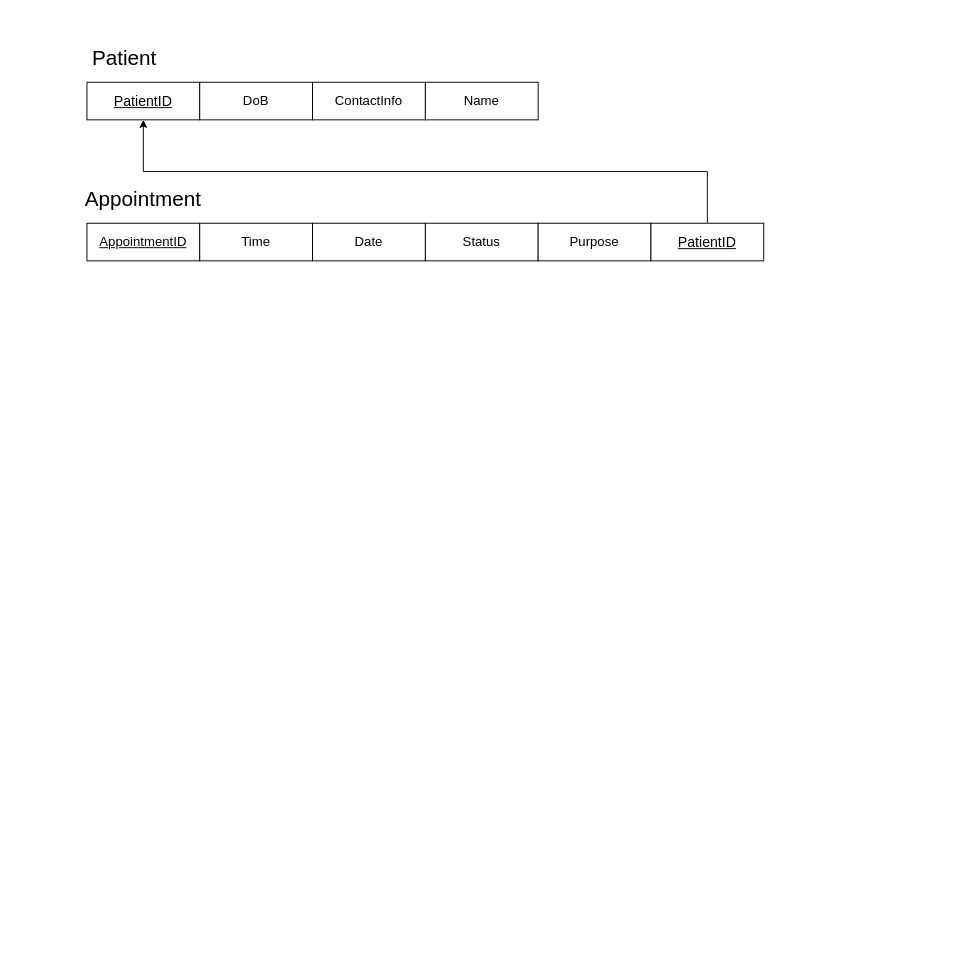
This is Untitled Diagram.drawio from AbodSoudi/DB-project, a draw.io file, before an edit. Source tidied: cells renumbered, new cells numbered last; positions are measured from the earlier drawing's top-left corner, leaving out a move shared by most shapes. Both pictures are drawn from the tidied source at 94%, with x=0, y=0 at pixel (30, 44).
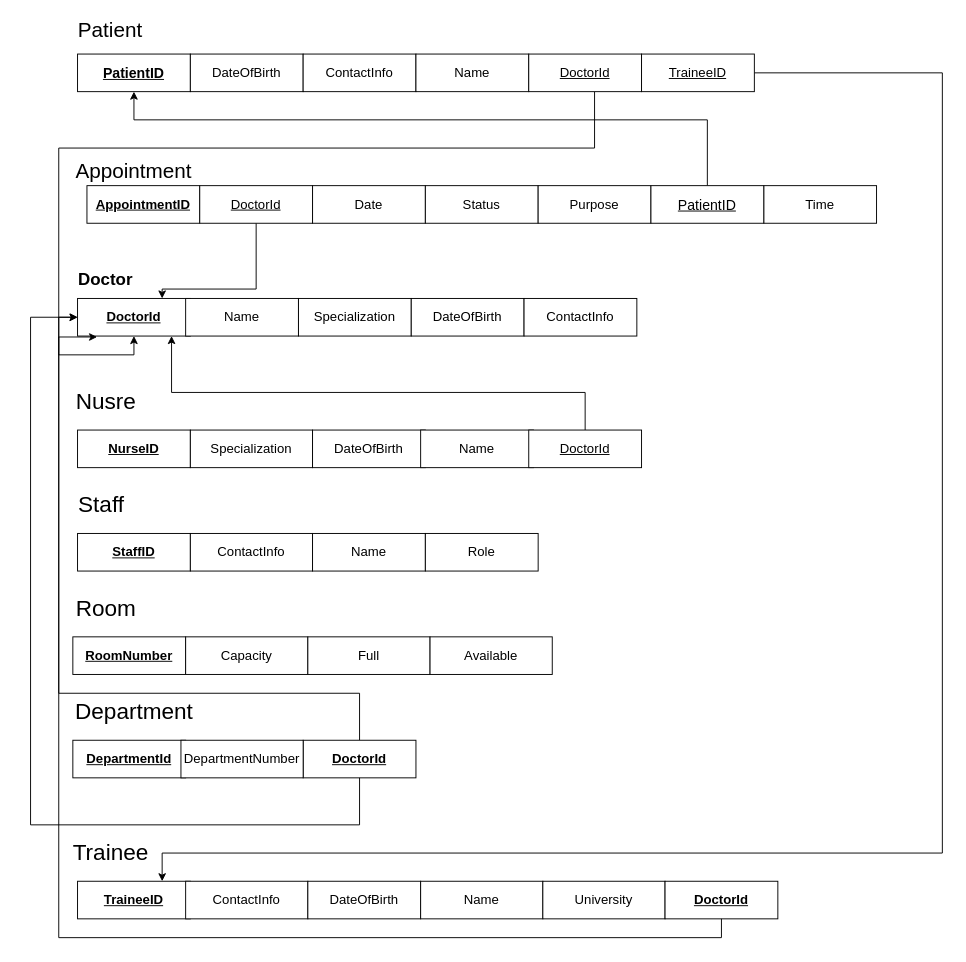
The same page after the edit.

Commit message:
Hospotal Schema

Diff of the diagram source:
```diff
@@
-    <mxCell id="2" value="&lt;font style=&quot;font-size: 15px;&quot;&gt;&lt;u&gt;PatientID&lt;/u&gt;&lt;/font&gt;" style="rounded=0;whiteSpace=wrap;html=1;" parent="1" vertex="1">
-      <mxGeometry x="60" y="40" width="120" height="40" as="geometry" />
+    <mxCell id="2" value="&lt;font style=&quot;font-size: 15px;&quot;&gt;&lt;u&gt;&lt;b&gt;PatientID&lt;/b&gt;&lt;/u&gt;&lt;/font&gt;" style="rounded=0;whiteSpace=wrap;html=1;" parent="1" vertex="1">
+      <mxGeometry x="50" y="10" width="120" height="40" as="geometry" />
     </mxCell>
-    <mxCell id="3" value="&lt;font style=&quot;font-size: 14px;&quot;&gt;DoB&lt;/font&gt;" style="rounded=0;whiteSpace=wrap;html=1;" parent="1" vertex="1">
-      <mxGeometry x="180" y="40" width="120" height="40" as="geometry" />
+    <mxCell id="3" value="&lt;font style=&quot;font-size: 14px;&quot;&gt;DateOfBirth&lt;/font&gt;" style="rounded=0;whiteSpace=wrap;html=1;" parent="1" vertex="1">
+      <mxGeometry x="170" y="10" width="120" height="40" as="geometry" />
     </mxCell>
     <mxCell id="4" value="ContactInfo" style="rounded=0;whiteSpace=wrap;html=1;fontSize=14;" parent="1" vertex="1">
-      <mxGeometry x="300" y="40" width="120" height="40" as="geometry" />
+      <mxGeometry x="290" y="10" width="120" height="40" as="geometry" />
     </mxCell>
     <mxCell id="5" value="Name" style="rounded=0;whiteSpace=wrap;html=1;fontSize=14;" parent="1" vertex="1">
-      <mxGeometry x="420" y="40" width="120" height="40" as="geometry" />
+      <mxGeometry x="410" y="10" width="120" height="40" as="geometry" />
     </mxCell>
     <mxCell id="6" value="&lt;font style=&quot;font-size: 22px;&quot;&gt;Patient&lt;/font&gt;" style="text;html=1;strokeColor=none;fillColor=none;align=center;verticalAlign=middle;whiteSpace=wrap;rounded=0;" parent="1" vertex="1">
-      <mxGeometry width="200" height="30" as="geometry" />
+      <mxGeometry x="-15" y="-30" width="200" height="30" as="geometry" />
     </mxCell>
-    <mxCell id="7" value="&lt;font style=&quot;font-size: 14px;&quot;&gt;&lt;u&gt;AppointmentID&lt;/u&gt;&lt;/font&gt;" style="rounded=0;whiteSpace=wrap;html=1;" parent="1" vertex="1">
-      <mxGeometry x="60" y="190" width="120" height="40" as="geometry" />
+    <mxCell id="7" value="&lt;font style=&quot;font-size: 14px;&quot;&gt;&lt;u&gt;&lt;b&gt;AppointmentID&lt;/b&gt;&lt;/u&gt;&lt;/font&gt;" style="rounded=0;whiteSpace=wrap;html=1;" parent="1" vertex="1">
+      <mxGeometry x="60" y="150" width="120" height="40" as="geometry" />
     </mxCell>
     <mxCell id="8" value="&lt;font style=&quot;font-size: 14px;&quot;&gt;Time&lt;/font&gt;" style="rounded=0;whiteSpace=wrap;html=1;" parent="1" vertex="1">
-      <mxGeometry x="180" y="190" width="120" height="40" as="geometry" />
+      <mxGeometry x="780" y="150" width="120" height="40" as="geometry" />
     </mxCell>
     <mxCell id="9" value="&lt;font style=&quot;font-size: 14px;&quot;&gt;Date&lt;/font&gt;" style="rounded=0;whiteSpace=wrap;html=1;" parent="1" vertex="1">
-      <mxGeometry x="300" y="190" width="120" height="40" as="geometry" />
+      <mxGeometry x="300" y="150" width="120" height="40" as="geometry" />
     </mxCell>
     <mxCell id="10" value="&lt;font style=&quot;font-size: 14px;&quot;&gt;Status&lt;/font&gt;" style="rounded=0;whiteSpace=wrap;html=1;" parent="1" vertex="1">
-      <mxGeometry x="420" y="190" width="120" height="40" as="geometry" />
+      <mxGeometry x="420" y="150" width="120" height="40" as="geometry" />
     </mxCell>
     <mxCell id="11" value="&lt;font style=&quot;font-size: 14px;&quot;&gt;Purpose&lt;/font&gt;" style="rounded=0;whiteSpace=wrap;html=1;" parent="1" vertex="1">
-      <mxGeometry x="540" y="190" width="120" height="40" as="geometry" />
+      <mxGeometry x="540" y="150" width="120" height="40" as="geometry" />
     </mxCell>
     <mxCell id="12" value="&lt;font style=&quot;font-size: 22px;&quot;&gt;Appointment&lt;/font&gt;" style="text;html=1;strokeColor=none;fillColor=none;align=center;verticalAlign=middle;whiteSpace=wrap;rounded=0;" parent="1" vertex="1">
-      <mxGeometry x="20" y="150" width="200" height="30" as="geometry" />
+      <mxGeometry x="10" y="120" width="200" height="30" as="geometry" />
     </mxCell>
     <mxCell id="13" style="edgeStyle=orthogonalEdgeStyle;rounded=0;jettySize=auto;html=1;exitX=0.5;exitY=0;exitDx=0;exitDy=0;entryX=0.5;entryY=1;entryDx=0;entryDy=0;" parent="1" edge="1" source="14" target="2">
-      <mxGeometry relative="1" as="geometry" />
+      <mxGeometry relative="1" as="geometry">
+        <Array as="points">
+          <mxPoint x="720" y="80" />
+          <mxPoint x="110" y="80" />
+        </Array>
+      </mxGeometry>
     </mxCell>
     <mxCell id="14" value="&lt;font style=&quot;font-size: 15px;&quot;&gt;&lt;u&gt;PatientID&lt;/u&gt;&lt;/font&gt;" style="rounded=0;whiteSpace=wrap;html=1;" parent="1" vertex="1">
-      <mxGeometry x="660" y="190" width="120" height="40" as="geometry" />
+      <mxGeometry x="660" y="150" width="120" height="40" as="geometry" />
     </mxCell>
+    <mxCell id="15" value="&lt;font style=&quot;font-size: 14px;&quot;&gt;&lt;u&gt;&lt;b&gt;DoctorId&lt;/b&gt;&lt;/u&gt;&lt;/font&gt;" style="rounded=0;whiteSpace=wrap;html=1;" parent="1" vertex="1">
+      <mxGeometry x="50" y="270" width="120" height="40" as="geometry" />
+    </mxCell>
+    <mxCell id="16" value="&lt;font style=&quot;font-size: 18px;&quot;&gt;&lt;b&gt;Doctor&lt;/b&gt;&lt;/font&gt;" style="text;strokeColor=none;align=center;fillColor=none;html=1;verticalAlign=middle;whiteSpace=wrap;rounded=0;" parent="1" vertex="1">
+      <mxGeometry x="20" y="230" width="120" height="40" as="geometry" />
+    </mxCell>
+    <mxCell id="17" value="&lt;font style=&quot;font-size: 14px;&quot;&gt;Name&lt;/font&gt;" style="rounded=0;whiteSpace=wrap;html=1;" parent="1" vertex="1">
+      <mxGeometry x="165" y="270" width="120" height="40" as="geometry" />
+    </mxCell>
+    <mxCell id="18" value="&lt;font style=&quot;font-size: 14px;&quot;&gt;Specialization&lt;/font&gt;" style="rounded=0;whiteSpace=wrap;html=1;" parent="1" vertex="1">
+      <mxGeometry x="285" y="270" width="120" height="40" as="geometry" />
+    </mxCell>
+    <mxCell id="19" value="&lt;font style=&quot;font-size: 14px;&quot;&gt;DateOfBirth&lt;/font&gt;" style="rounded=0;whiteSpace=wrap;html=1;" parent="1" vertex="1">
+      <mxGeometry x="405" y="270" width="120" height="40" as="geometry" />
+    </mxCell>
+    <mxCell id="20" value="&lt;font style=&quot;font-size: 14px;&quot;&gt;ContactInfo&lt;/font&gt;" style="rounded=0;whiteSpace=wrap;html=1;" parent="1" vertex="1">
+      <mxGeometry x="525" y="270" width="120" height="40" as="geometry" />
+    </mxCell>
+    <mxCell id="21" style="edgeStyle=orthogonalEdgeStyle;rounded=0;jettySize=auto;html=1;" parent="1" edge="1" source="22" target="15">
+      <mxGeometry relative="1" as="geometry">
+        <Array as="points">
+          <mxPoint x="240" y="260" />
+          <mxPoint x="140" y="260" />
+        </Array>
+      </mxGeometry>
+    </mxCell>
+    <mxCell id="22" value="&lt;font style=&quot;font-size: 14px;&quot;&gt;&lt;u&gt;DoctorId&lt;/u&gt;&lt;/font&gt;" style="rounded=0;whiteSpace=wrap;html=1;" parent="1" vertex="1">
+      <mxGeometry x="180" y="150" width="120" height="40" as="geometry" />
+    </mxCell>
+    <mxCell id="23" style="edgeStyle=orthogonalEdgeStyle;rounded=0;jettySize=auto;html=1;" parent="1" edge="1" source="24" target="15">
+      <mxGeometry relative="1" as="geometry">
+        <Array as="points">
+          <mxPoint x="600" y="110" />
+          <mxPoint x="30" y="110" />
+          <mxPoint x="30" y="330" />
+        </Array>
+      </mxGeometry>
+    </mxCell>
+    <mxCell id="24" value="&lt;font style=&quot;font-size: 14px;&quot;&gt;&lt;u&gt;DoctorId&lt;/u&gt;&lt;/font&gt;" style="rounded=0;whiteSpace=wrap;html=1;" parent="1" vertex="1">
+      <mxGeometry x="530" y="10" width="120" height="40" as="geometry" />
+    </mxCell>
+    <mxCell id="25" value="&lt;font style=&quot;font-size: 14px;&quot;&gt;&lt;u&gt;&lt;b&gt;NurseID&lt;/b&gt;&lt;/u&gt;&lt;/font&gt;" style="rounded=0;whiteSpace=wrap;html=1;" parent="1" vertex="1">
+      <mxGeometry x="50" y="410" width="120" height="40" as="geometry" />
+    </mxCell>
+    <mxCell id="26" value="&lt;font style=&quot;font-size: 24px;&quot;&gt;Nusre&lt;/font&gt;" style="text;html=1;align=center;verticalAlign=middle;strokeColor=none;fillColor=none;" parent="1" vertex="1">
+      <mxGeometry x="35" y="360" width="90" height="40" as="geometry" />
+    </mxCell>
+    <mxCell id="27" value="&lt;font style=&quot;font-size: 14px;&quot;&gt;Specialization&lt;/font&gt;" style="rounded=0;whiteSpace=wrap;html=1;" parent="1" vertex="1">
+      <mxGeometry x="170" y="410" width="130" height="40" as="geometry" />
+    </mxCell>
+    <mxCell id="28" value="&lt;font style=&quot;font-size: 14px;&quot;&gt;DateOfBirth&lt;/font&gt;" style="rounded=0;whiteSpace=wrap;html=1;" parent="1" vertex="1">
+      <mxGeometry x="300" y="410" width="120" height="40" as="geometry" />
+    </mxCell>
+    <mxCell id="29" value="&lt;font style=&quot;font-size: 14px;&quot;&gt;Name&lt;/font&gt;" style="rounded=0;whiteSpace=wrap;html=1;" parent="1" vertex="1">
+      <mxGeometry x="415" y="410" width="120" height="40" as="geometry" />
+    </mxCell>
+    <mxCell id="30" style="edgeStyle=orthogonalEdgeStyle;rounded=0;jettySize=auto;html=1;" parent="1" edge="1" source="31" target="15">
+      <mxGeometry relative="1" as="geometry">
+        <Array as="points">
+          <mxPoint x="590" y="370" />
+          <mxPoint x="150" y="370" />
+        </Array>
+      </mxGeometry>
+    </mxCell>
+    <mxCell id="31" value="&lt;font style=&quot;font-size: 14px;&quot;&gt;&lt;u&gt;DoctorId&lt;/u&gt;&lt;/font&gt;" style="rounded=0;whiteSpace=wrap;html=1;" parent="1" vertex="1">
+      <mxGeometry x="530" y="410" width="120" height="40" as="geometry" />
+    </mxCell>
+    <mxCell id="32" value="&lt;font style=&quot;font-size: 24px;&quot;&gt;Staff&lt;/font&gt;" style="text;html=1;align=center;verticalAlign=middle;strokeColor=none;fillColor=none;" parent="1" vertex="1">
+      <mxGeometry x="40" y="470" width="70" height="40" as="geometry" />
+    </mxCell>
+    <mxCell id="33" value="&lt;font style=&quot;font-size: 14px;&quot;&gt;&lt;u&gt;&lt;b&gt;StaffID&lt;/b&gt;&lt;/u&gt;&lt;/font&gt;" style="rounded=0;whiteSpace=wrap;html=1;" parent="1" vertex="1">
+      <mxGeometry x="50" y="520" width="120" height="40" as="geometry" />
+    </mxCell>
+    <mxCell id="34" value="&lt;font style=&quot;font-size: 14px;&quot;&gt;ContactInfo&lt;/font&gt;" style="rounded=0;whiteSpace=wrap;html=1;" parent="1" vertex="1">
+      <mxGeometry x="170" y="520" width="130" height="40" as="geometry" />
+    </mxCell>
+    <mxCell id="35" value="&lt;font style=&quot;font-size: 14px;&quot;&gt;Name&lt;/font&gt;" style="rounded=0;whiteSpace=wrap;html=1;" parent="1" vertex="1">
+      <mxGeometry x="300" y="520" width="120" height="40" as="geometry" />
+    </mxCell>
+    <mxCell id="36" value="&lt;font style=&quot;font-size: 14px;&quot;&gt;Role&lt;/font&gt;" style="rounded=0;whiteSpace=wrap;html=1;" parent="1" vertex="1">
+      <mxGeometry x="420" y="520" width="120" height="40" as="geometry" />
+    </mxCell>
+    <mxCell id="37" value="&lt;font style=&quot;font-size: 24px;&quot;&gt;Room&lt;/font&gt;" style="text;html=1;align=center;verticalAlign=middle;strokeColor=none;fillColor=none;" parent="1" vertex="1">
+      <mxGeometry x="35" y="580" width="90" height="40" as="geometry" />
+    </mxCell>
+    <mxCell id="38" value="&lt;font style=&quot;font-size: 14px;&quot;&gt;&lt;u&gt;&lt;b&gt;RoomNumber&lt;/b&gt;&lt;/u&gt;&lt;/font&gt;" style="rounded=0;whiteSpace=wrap;html=1;" parent="1" vertex="1">
+      <mxGeometry x="45" y="630" width="120" height="40" as="geometry" />
+    </mxCell>
+    <mxCell id="39" value="&lt;font style=&quot;font-size: 14px;&quot;&gt;Capacity&lt;/font&gt;" style="rounded=0;whiteSpace=wrap;html=1;" parent="1" vertex="1">
+      <mxGeometry x="165" y="630" width="130" height="40" as="geometry" />
+    </mxCell>
+    <mxCell id="40" value="&lt;font style=&quot;font-size: 14px;&quot;&gt;Full&lt;/font&gt;" style="rounded=0;whiteSpace=wrap;html=1;" parent="1" vertex="1">
+      <mxGeometry x="295" y="630" width="130" height="40" as="geometry" />
+    </mxCell>
+    <mxCell id="41" value="&lt;font style=&quot;font-size: 14px;&quot;&gt;Available&lt;/font&gt;" style="rounded=0;whiteSpace=wrap;html=1;" parent="1" vertex="1">
+      <mxGeometry x="425" y="630" width="130" height="40" as="geometry" />
+    </mxCell>
+    <mxCell id="42" value="&lt;span style=&quot;font-size: 24px;&quot;&gt;Department&lt;/span&gt;" style="text;html=1;align=center;verticalAlign=middle;strokeColor=none;fillColor=none;" parent="1" vertex="1">
+      <mxGeometry x="35" y="690" width="150" height="40" as="geometry" />
+    </mxCell>
+    <mxCell id="43" value="&lt;font style=&quot;font-size: 24px;&quot;&gt;Trainee&lt;/font&gt;" style="text;html=1;align=center;verticalAlign=middle;strokeColor=none;fillColor=none;" parent="1" vertex="1">
+      <mxGeometry x="35" y="840" width="100" height="40" as="geometry" />
+    </mxCell>
+    <mxCell id="44" value="&lt;font style=&quot;font-size: 14px;&quot;&gt;&lt;u&gt;&lt;b&gt;DepartmentId&lt;/b&gt;&lt;/u&gt;&lt;/font&gt;" style="rounded=0;whiteSpace=wrap;html=1;" parent="1" vertex="1">
+      <mxGeometry x="45" y="740" width="120" height="40" as="geometry" />
+    </mxCell>
+    <mxCell id="45" style="edgeStyle=orthogonalEdgeStyle;rounded=0;jettySize=auto;html=1;" parent="1" edge="1" source="46" target="15">
+      <mxGeometry relative="1" as="geometry">
+        <Array as="points">
+          <mxPoint x="350" y="690" />
+          <mxPoint x="30" y="690" />
+          <mxPoint x="30" y="290" />
+        </Array>
+      </mxGeometry>
+    </mxCell>
+    <mxCell id="46" value="&lt;font style=&quot;font-size: 14px;&quot;&gt;&lt;u&gt;&lt;b&gt;DoctorId&lt;/b&gt;&lt;/u&gt;&lt;/font&gt;" style="rounded=0;whiteSpace=wrap;html=1;" parent="1" vertex="1">
+      <mxGeometry x="290" y="740" width="120" height="40" as="geometry" />
+    </mxCell>
+    <mxCell id="47" style="edgeStyle=orthogonalEdgeStyle;rounded=0;jettySize=auto;html=1;entryX=0;entryY=0.5;entryDx=0;entryDy=0;" parent="1" edge="1" source="46" target="15">
+      <mxGeometry relative="1" as="geometry">
+        <Array as="points">
+          <mxPoint x="350" y="830" />
+          <mxPoint y="830" />
+          <mxPoint y="290" />
+        </Array>
+      </mxGeometry>
+    </mxCell>
+    <mxCell id="48" value="&lt;font style=&quot;font-size: 14px;&quot;&gt;DepartmentNumber&lt;/font&gt;" style="rounded=0;whiteSpace=wrap;html=1;" parent="1" vertex="1">
+      <mxGeometry x="160" y="740" width="130" height="40" as="geometry" />
+    </mxCell>
+    <mxCell id="49" value="&lt;font style=&quot;font-size: 14px;&quot;&gt;&lt;u&gt;&lt;b&gt;TraineeID&lt;/b&gt;&lt;/u&gt;&lt;/font&gt;" style="rounded=0;whiteSpace=wrap;html=1;" parent="1" vertex="1">
+      <mxGeometry x="50" y="890" width="120" height="40" as="geometry" />
+    </mxCell>
+    <mxCell id="50" value="&lt;font style=&quot;font-size: 14px;&quot;&gt;ContactInfo&lt;/font&gt;" style="rounded=0;whiteSpace=wrap;html=1;" parent="1" vertex="1">
+      <mxGeometry x="165" y="890" width="130" height="40" as="geometry" />
+    </mxCell>
+    <mxCell id="51" value="&lt;font style=&quot;font-size: 14px;&quot;&gt;DateOfBirth&lt;/font&gt;" style="rounded=0;whiteSpace=wrap;html=1;" parent="1" vertex="1">
+      <mxGeometry x="295" y="890" width="120" height="40" as="geometry" />
+    </mxCell>
+    <mxCell id="52" value="&lt;font style=&quot;font-size: 14px;&quot;&gt;Name&lt;/font&gt;" style="rounded=0;whiteSpace=wrap;html=1;" parent="1" vertex="1">
+      <mxGeometry x="415" y="890" width="130" height="40" as="geometry" />
+    </mxCell>
+    <mxCell id="53" value="&lt;font style=&quot;font-size: 14px;&quot;&gt;University&lt;/font&gt;" style="rounded=0;whiteSpace=wrap;html=1;" parent="1" vertex="1">
+      <mxGeometry x="545" y="890" width="130" height="40" as="geometry" />
+    </mxCell>
+    <mxCell id="54" value="&lt;font style=&quot;font-size: 14px;&quot;&gt;&lt;u&gt;&lt;b&gt;DoctorId&lt;/b&gt;&lt;/u&gt;&lt;/font&gt;" style="rounded=0;whiteSpace=wrap;html=1;" parent="1" vertex="1">
+      <mxGeometry x="675" y="890" width="120" height="40" as="geometry" />
+    </mxCell>
+    <mxCell id="55" style="edgeStyle=orthogonalEdgeStyle;rounded=0;jettySize=auto;html=1;entryX=0.173;entryY=1.025;entryDx=0;entryDy=0;entryPerimeter=0;" parent="1" edge="1" source="54" target="15">
+      <mxGeometry relative="1" as="geometry">
+        <Array as="points">
+          <mxPoint x="735" y="950" />
+          <mxPoint x="30" y="950" />
+          <mxPoint x="30" y="311" />
+        </Array>
+      </mxGeometry>
+    </mxCell>
+    <mxCell id="56" style="edgeStyle=orthogonalEdgeStyle;rounded=0;jettySize=auto;html=1;" parent="1" edge="1" source="57" target="49">
+      <mxGeometry relative="1" as="geometry">
+        <Array as="points">
+          <mxPoint x="970" y="30" />
+          <mxPoint x="970" y="860" />
+          <mxPoint x="140" y="860" />
+        </Array>
+      </mxGeometry>
+    </mxCell>
+    <mxCell id="57" value="&lt;font style=&quot;font-size: 14px;&quot;&gt;&lt;u&gt;TraineeID&lt;/u&gt;&lt;/font&gt;" style="rounded=0;whiteSpace=wrap;html=1;" parent="1" vertex="1">
+      <mxGeometry x="650" y="10" width="120" height="40" as="geometry" />
+    </mxCell>
```
